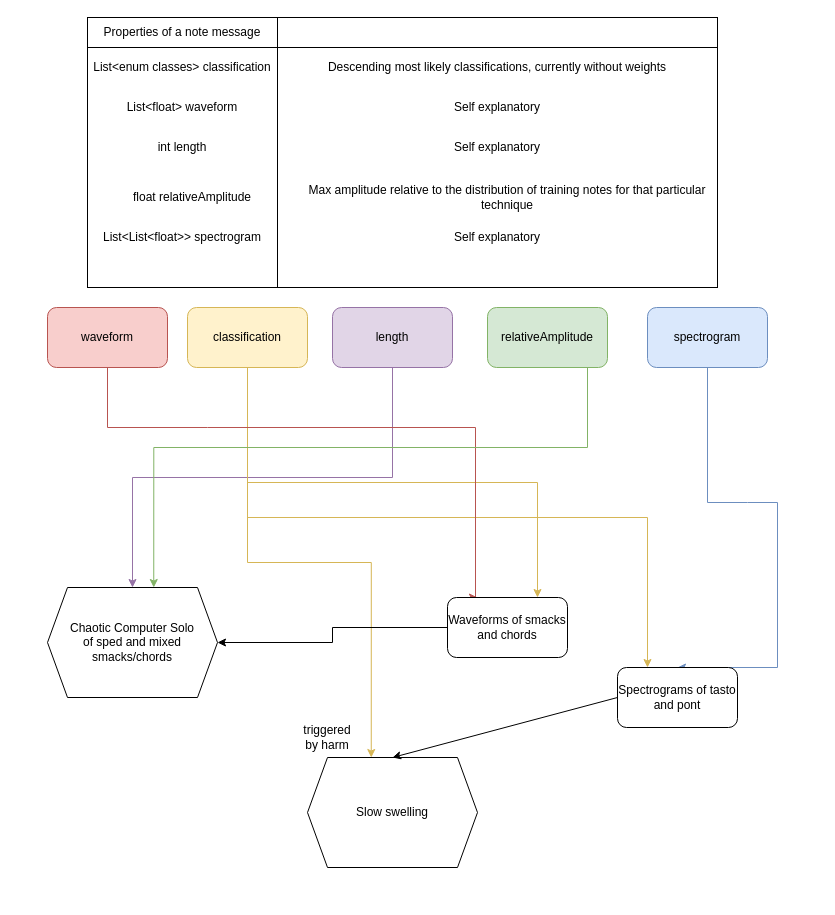
Above: diagrams/AI-Diagram.drawio in trian-gles/ai-technique-classification (draw.io), before the change. Source tidied: cells renumbered, new cells numbered last; positions are measured from the earlier drawing's top-left corner, leaving out a move shared by most shapes. Both pictures are drawn from the tidied source at 100%, with x=0, y=0 at pixel (47, 17).
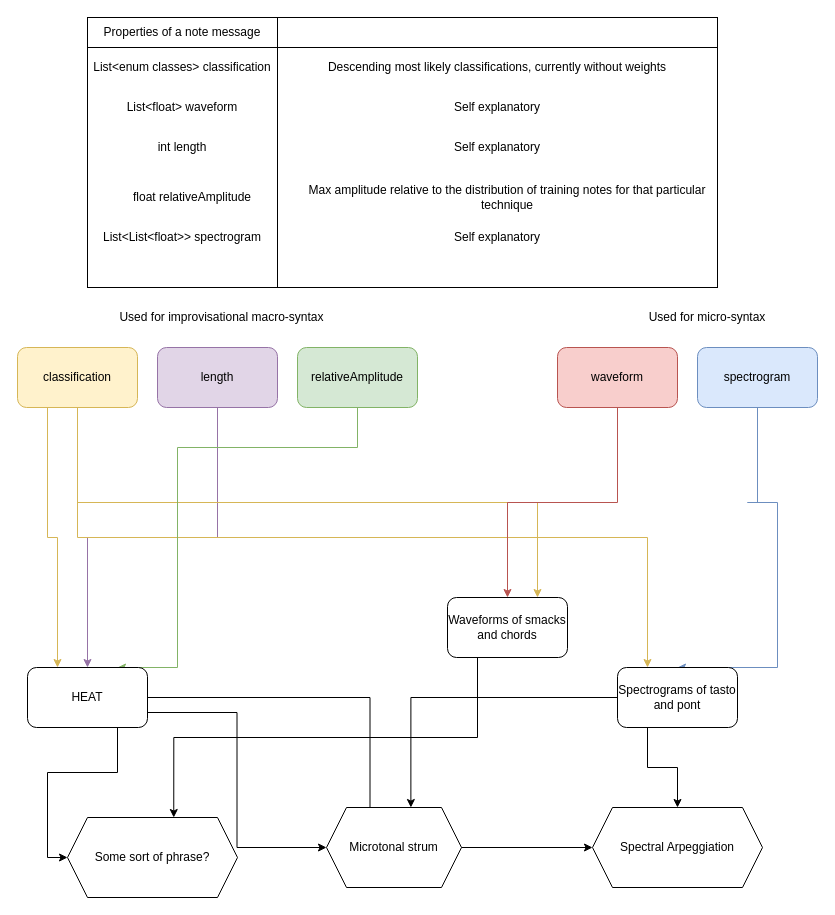
The same diagram, later.

The change refers to these unchanged cells:
```xml
<mxCell id="30" value="Waveforms of smacks and chords" style="rounded=1;whiteSpace=wrap;html=1;" parent="1" vertex="1">
  <mxGeometry x="400" y="580" width="120" height="60" as="geometry" />
</mxCell>
<mxCell id="31" value="Spectrograms of tasto and pont" style="rounded=1;whiteSpace=wrap;html=1;" parent="1" vertex="1">
  <mxGeometry x="570" y="650" width="120" height="60" as="geometry" />
</mxCell>
```

Change to the diagram source:
```diff
@@
-    <mxCell id="12" style="edgeStyle=orthogonalEdgeStyle;rounded=0;jettySize=auto;html=1;exitX=0.5;exitY=1;exitDx=0;exitDy=0;fillColor=#e1d5e7;strokeColor=#9673a6;" parent="1" edge="1" source="13" target="16">
+    <mxCell id="12" style="edgeStyle=orthogonalEdgeStyle;rounded=0;jettySize=auto;html=1;exitX=0.5;exitY=1;exitDx=0;exitDy=0;fillColor=#e1d5e7;strokeColor=#9673a6;entryX=0.5;entryY=0;entryDx=0;entryDy=0;" parent="1" edge="1" source="13" target="40">
       <mxGeometry relative="1" as="geometry" />
     </mxCell>
     <mxCell id="13" value="length" style="rounded=1;whiteSpace=wrap;html=1;fillColor=#e1d5e7;strokeColor=#9673a6;" parent="1" vertex="1">
-      <mxGeometry x="285" y="290" width="120" height="60" as="geometry" />
+      <mxGeometry x="110" y="330" width="120" height="60" as="geometry" />
     </mxCell>
@@
     <mxCell id="15" value="spectrogram" style="rounded=1;whiteSpace=wrap;html=1;fillColor=#dae8fc;strokeColor=#6c8ebf;" parent="1" vertex="1">
-      <mxGeometry x="600" y="290" width="120" height="60" as="geometry" />
+      <mxGeometry x="650" y="330" width="120" height="60" as="geometry" />
     </mxCell>
-    <mxCell id="16" value="Chaotic Computer Solo&lt;br&gt;of sped and mixed smacks/chords" style="shape=hexagon;perimeter=hexagonPerimeter2;whiteSpace=wrap;html=1;fixedSize=1;" parent="1" vertex="1">
-      <mxGeometry y="570" width="170" height="110" as="geometry" />
-    </mxCell>
@@
-    <mxCell id="20" style="edgeStyle=orthogonalEdgeStyle;rounded=0;jettySize=auto;html=1;exitX=0.5;exitY=1;exitDx=0;exitDy=0;entryX=0.375;entryY=0;entryDx=0;entryDy=0;fillColor=#fff2cc;strokeColor=#d6b656;" parent="1" edge="1" source="22" target="27">
-      <mxGeometry relative="1" as="geometry" />
-    </mxCell>
@@
+    <mxCell id="33" style="edgeStyle=orthogonalEdgeStyle;rounded=0;jettySize=auto;html=1;exitX=0.25;exitY=1;exitDx=0;exitDy=0;entryX=0.25;entryY=0;entryDx=0;entryDy=0;fillColor=#fff2cc;strokeColor=#d6b656;" parent="1" edge="1" source="22" target="40">
+      <mxGeometry relative="1" as="geometry" />
+    </mxCell>
     <mxCell id="22" value="classification" style="rounded=1;whiteSpace=wrap;html=1;fillColor=#fff2cc;strokeColor=#d6b656;" parent="1" vertex="1">
-      <mxGeometry x="140" y="290" width="120" height="60" as="geometry" />
+      <mxGeometry x="-30" y="330" width="120" height="60" as="geometry" />
     </mxCell>
-    <mxCell id="23" style="edgeStyle=orthogonalEdgeStyle;rounded=0;jettySize=auto;html=1;exitX=0.5;exitY=1;exitDx=0;exitDy=0;fillColor=#f8cecc;strokeColor=#b85450;entryX=0.25;entryY=0;entryDx=0;entryDy=0;" parent="1" edge="1" source="24" target="30">
-      <mxGeometry relative="1" as="geometry">
-        <Array as="points">
-          <mxPoint x="160" y="410" />
-          <mxPoint x="428" y="410" />
-          <mxPoint x="428" y="560" />
-        </Array>
-      </mxGeometry>
+    <mxCell id="23" style="edgeStyle=orthogonalEdgeStyle;rounded=0;jettySize=auto;html=1;exitX=0.5;exitY=1;exitDx=0;exitDy=0;entryX=0.5;entryY=0;entryDx=0;entryDy=0;fillColor=#f8cecc;strokeColor=#b85450;" parent="1" edge="1" source="24" target="30">
+      <mxGeometry relative="1" as="geometry" />
     </mxCell>
     <mxCell id="24" value="waveform" style="rounded=1;whiteSpace=wrap;html=1;fillColor=#f8cecc;strokeColor=#b85450;" parent="1" vertex="1">
-      <mxGeometry y="290" width="120" height="60" as="geometry" />
+      <mxGeometry x="510" y="330" width="120" height="60" as="geometry" />
     </mxCell>
-    <mxCell id="25" style="edgeStyle=orthogonalEdgeStyle;rounded=0;jettySize=auto;html=1;exitX=0.5;exitY=1;exitDx=0;exitDy=0;entryX=0.625;entryY=0;entryDx=0;entryDy=0;fillColor=#d5e8d4;strokeColor=#82b366;" parent="1" edge="1" source="26" target="16">
+    <mxCell id="25" style="edgeStyle=orthogonalEdgeStyle;rounded=0;jettySize=auto;html=1;exitX=0.5;exitY=1;exitDx=0;exitDy=0;entryX=0.75;entryY=0;entryDx=0;entryDy=0;fillColor=#d5e8d4;strokeColor=#82b366;" parent="1" edge="1" source="26" target="40">
       <mxGeometry relative="1" as="geometry">
         <Array as="points">
-          <mxPoint x="540" y="430" />
-          <mxPoint x="106" y="430" />
+          <mxPoint x="310" y="430" />
+          <mxPoint x="130" y="430" />
         </Array>
       </mxGeometry>
     </mxCell>
     <mxCell id="26" value="relativeAmplitude" style="rounded=1;whiteSpace=wrap;html=1;fillColor=#d5e8d4;strokeColor=#82b366;" parent="1" vertex="1">
-      <mxGeometry x="440" y="290" width="120" height="60" as="geometry" />
+      <mxGeometry x="250" y="330" width="120" height="60" as="geometry" />
     </mxCell>
-    <mxCell id="27" value="Slow swelling" style="shape=hexagon;perimeter=hexagonPerimeter2;whiteSpace=wrap;html=1;fixedSize=1;" parent="1" vertex="1">
-      <mxGeometry x="260" y="740" width="170" height="110" as="geometry" />
-    </mxCell>
-    <mxCell id="28" style="endArrow=classic;html=1;entryX=0.5;entryY=0;entryDx=0;entryDy=0;exitX=0;exitY=0.5;exitDx=0;exitDy=0;" parent="1" edge="1" source="31" target="27">
-      <mxGeometry relative="1" as="geometry" />
-    </mxCell>
-    <mxCell id="29" style="edgeStyle=orthogonalEdgeStyle;rounded=0;jettySize=auto;html=1;exitX=0;exitY=0.5;exitDx=0;exitDy=0;entryX=1;entryY=0.5;entryDx=0;entryDy=0;" parent="1" edge="1" source="30" target="16">
-      <mxGeometry relative="1" as="geometry" />
-    </mxCell>
+    <mxCell id="34" style="edgeStyle=orthogonalEdgeStyle;rounded=0;jettySize=auto;html=1;exitX=0.25;exitY=1;exitDx=0;exitDy=0;entryX=0.625;entryY=0;entryDx=0;entryDy=0;" parent="1" edge="1" source="30" target="45">
+      <mxGeometry relative="1" as="geometry" />
+    </mxCell>
@@
+    <mxCell id="35" style="edgeStyle=orthogonalEdgeStyle;rounded=0;jettySize=auto;html=1;exitX=0.25;exitY=1;exitDx=0;exitDy=0;entryX=0.5;entryY=0;entryDx=0;entryDy=0;" parent="1" edge="1" source="31" target="43">
+      <mxGeometry relative="1" as="geometry" />
+    </mxCell>
+    <mxCell id="36" style="edgeStyle=orthogonalEdgeStyle;rounded=0;jettySize=auto;html=1;exitX=0;exitY=0.5;exitDx=0;exitDy=0;entryX=0.625;entryY=0;entryDx=0;entryDy=0;" parent="1" edge="1" source="31" target="44">
+      <mxGeometry relative="1" as="geometry" />
+    </mxCell>
@@
-    <mxCell id="32" value="triggered by harm" style="text;html=1;strokeColor=none;fillColor=none;align=center;verticalAlign=middle;whiteSpace=wrap;rounded=0;" parent="1" vertex="1">
-      <mxGeometry x="260" y="710" width="40" height="20" as="geometry" />
-    </mxCell>
+    <mxCell id="37" style="edgeStyle=orthogonalEdgeStyle;rounded=0;jettySize=auto;html=1;exitX=0.75;exitY=1;exitDx=0;exitDy=0;entryX=0;entryY=0.5;entryDx=0;entryDy=0;" parent="1" edge="1" source="40" target="45">
+      <mxGeometry relative="1" as="geometry" />
+    </mxCell>
+    <mxCell id="38" style="edgeStyle=orthogonalEdgeStyle;rounded=0;jettySize=auto;html=1;exitX=1;exitY=0.75;exitDx=0;exitDy=0;entryX=0;entryY=0.5;entryDx=0;entryDy=0;" parent="1" edge="1" source="40" target="44">
+      <mxGeometry relative="1" as="geometry" />
+    </mxCell>
+    <mxCell id="39" style="edgeStyle=orthogonalEdgeStyle;rounded=0;jettySize=auto;html=1;exitX=1;exitY=0.5;exitDx=0;exitDy=0;entryX=0;entryY=0.5;entryDx=0;entryDy=0;" parent="1" edge="1" source="40" target="43">
+      <mxGeometry relative="1" as="geometry" />
+    </mxCell>
+    <mxCell id="40" value="HEAT" style="rounded=1;whiteSpace=wrap;html=1;" parent="1" vertex="1">
+      <mxGeometry x="-20" y="650" width="120" height="60" as="geometry" />
+    </mxCell>
+    <mxCell id="41" value="Used for improvisational macro-syntax" style="text;html=1;strokeColor=none;fillColor=none;align=center;verticalAlign=middle;whiteSpace=wrap;rounded=0;" parent="1" vertex="1">
+      <mxGeometry x="70" y="290" width="209" height="20" as="geometry" />
+    </mxCell>
+    <mxCell id="42" value="Used for micro-syntax" style="text;html=1;strokeColor=none;fillColor=none;align=center;verticalAlign=middle;whiteSpace=wrap;rounded=0;" parent="1" vertex="1">
+      <mxGeometry x="570" y="290" width="180" height="20" as="geometry" />
+    </mxCell>
+    <mxCell id="43" value="Spectral Arpeggiation" style="shape=hexagon;perimeter=hexagonPerimeter2;whiteSpace=wrap;html=1;fixedSize=1;" parent="1" vertex="1">
+      <mxGeometry x="545" y="790" width="170" height="80" as="geometry" />
+    </mxCell>
+    <mxCell id="44" value="Microtonal strum" style="shape=hexagon;perimeter=hexagonPerimeter2;whiteSpace=wrap;html=1;fixedSize=1;" parent="1" vertex="1">
+      <mxGeometry x="279" y="790" width="135" height="80" as="geometry" />
+    </mxCell>
+    <mxCell id="45" value="Some sort of phrase?" style="shape=hexagon;perimeter=hexagonPerimeter2;whiteSpace=wrap;html=1;fixedSize=1;" parent="1" vertex="1">
+      <mxGeometry x="20" y="800" width="170" height="80" as="geometry" />
+    </mxCell>
```
